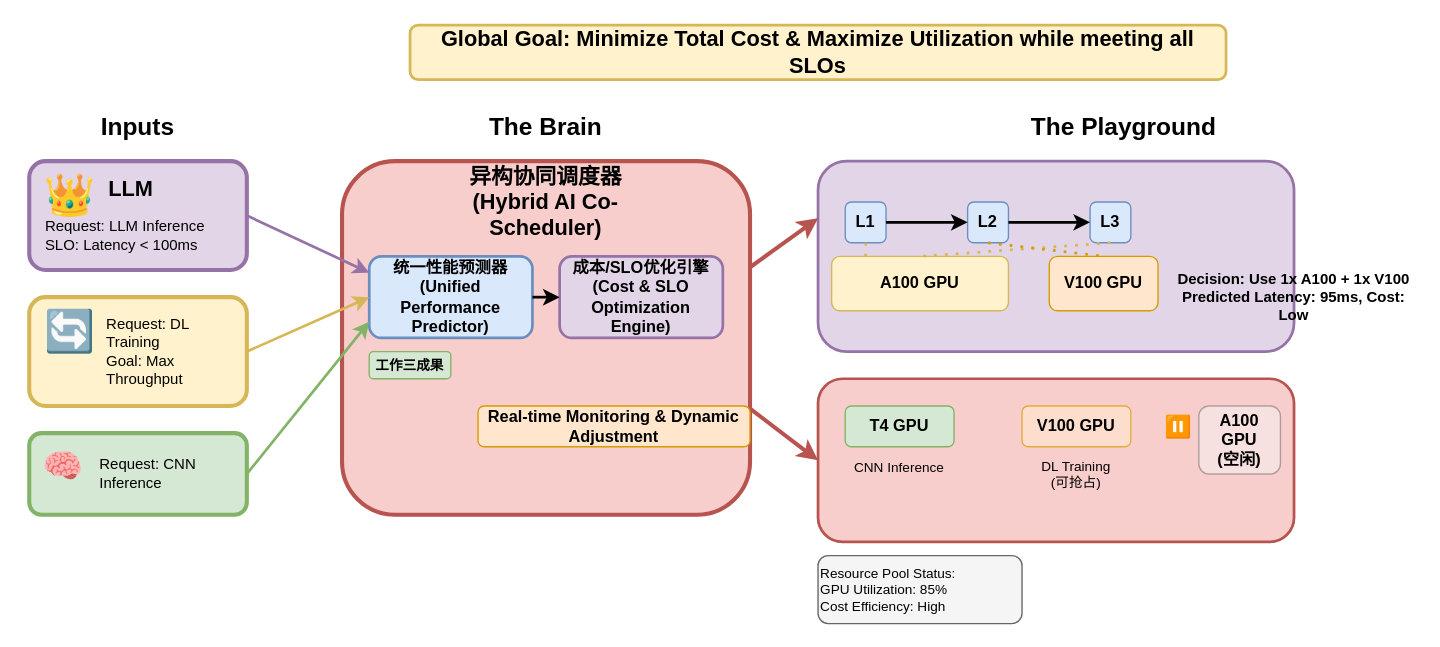
Above: drawio_figs/buaa_proposal/研究技术路线1.4.drawio in Jinghao-coding/paperstudy (draw.io), before the change. Source tidied: cells renumbered, new cells numbered last; positions are measured from the earlier drawing's top-left corner, leaving out a move shared by most shapes. Both pictures are drawn from the tidied source at 136%, with x=0, y=0 at pixel (29, 24).
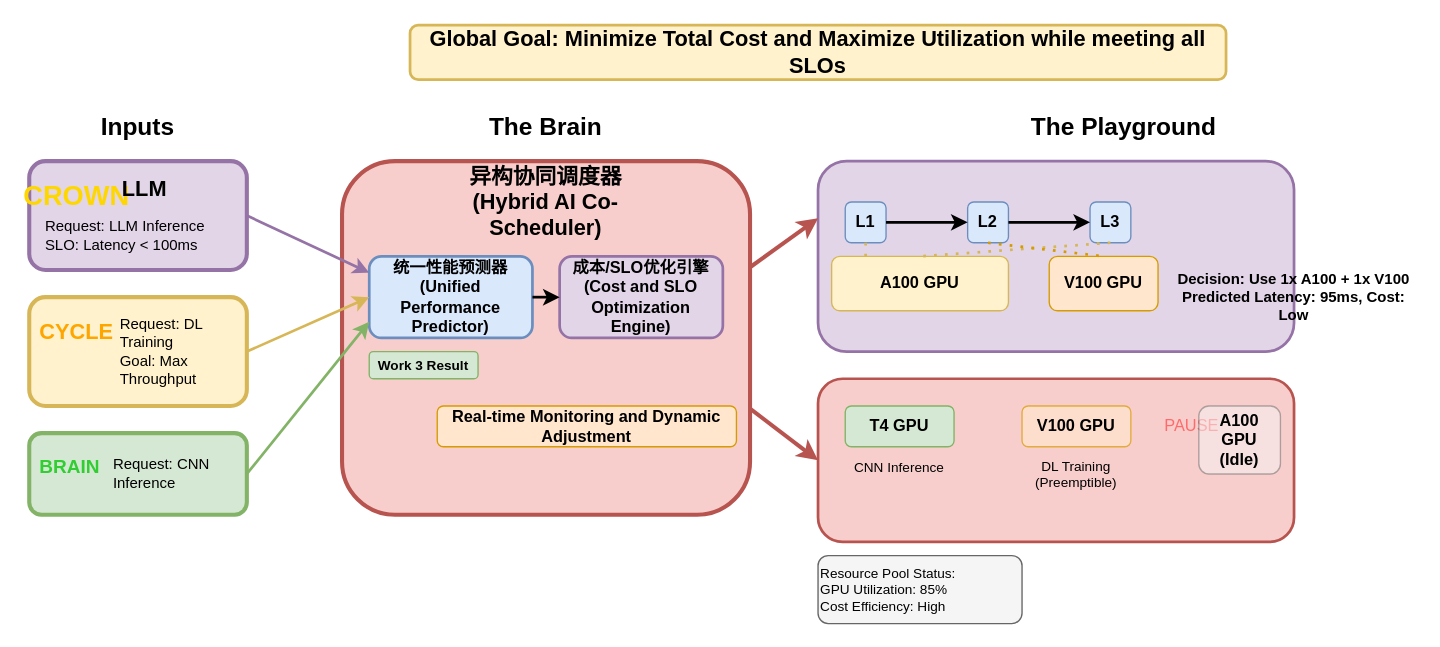
After the change.

Commit message:
docs(buaa_proposal): 更新 DrawIO 图表中的文本和图标

- 修改了多个节点的文本内容，使其更加准确和专业
- 替换了部分图标为更具代表性的文本标识
- 调整了部分节点的位置和大小
- 统一了文本样式，提高了可读性

The edit, as a diff of the source:
```diff
@@
-    <mxCell id="2" value="Global Goal: Minimize Total Cost &amp; Maximize Utilization while meeting all SLOs" style="text;html=1;strokeColor=#d6b656;fillColor=#fff2cc;align=center;verticalAlign=middle;whiteSpace=wrap;rounded=1;fontSize=16;fontStyle=1;strokeWidth=2;" parent="1" vertex="1">
+    <mxCell id="2" value="Global Goal: Minimize Total Cost and Maximize Utilization while meeting all SLOs" style="text;html=1;strokeColor=#d6b656;fillColor=#fff2cc;align=center;verticalAlign=middle;whiteSpace=wrap;rounded=1;fontSize=16;fontStyle=1;strokeWidth=2;" parent="1" vertex="1">
       <mxGeometry x="280" width="600" height="40" as="geometry" />
     </mxCell>
@@
-    <mxCell id="5" value="👑" style="text;html=1;strokeColor=none;fillColor=none;align=center;verticalAlign=middle;whiteSpace=wrap;rounded=0;fontSize=30;" parent="1" vertex="1">
-      <mxGeometry x="10" y="110" width="40" height="30" as="geometry" />
+    <mxCell id="5" value="CROWN" style="text;html=1;strokeColor=none;fillColor=none;align=center;verticalAlign=middle;whiteSpace=wrap;rounded=0;fontSize=20;fontStyle=1;fontColor=#FFD700;" parent="1" vertex="1">
+      <mxGeometry x="10" y="110" width="50" height="30" as="geometry" />
     </mxCell>
     <mxCell id="6" value="LLM" style="text;html=1;strokeColor=none;fillColor=none;align=center;verticalAlign=middle;whiteSpace=wrap;rounded=0;fontSize=16;fontStyle=1;" parent="1" vertex="1">
-      <mxGeometry x="55" y="110" width="40" height="20" as="geometry" />
+      <mxGeometry x="65" y="110" width="40" height="20" as="geometry" />
     </mxCell>
@@
-    <mxCell id="9" value="🔄" style="text;html=1;strokeColor=none;fillColor=none;align=center;verticalAlign=middle;whiteSpace=wrap;rounded=0;fontSize=30;" parent="1" vertex="1">
-      <mxGeometry x="10" y="210" width="40" height="30" as="geometry" />
+    <mxCell id="9" value="CYCLE" style="text;html=1;strokeColor=none;fillColor=none;align=center;verticalAlign=middle;whiteSpace=wrap;rounded=0;fontSize=16;fontStyle=1;fontColor=#FFA500;" parent="1" vertex="1">
+      <mxGeometry x="10" y="210" width="50" height="30" as="geometry" />
     </mxCell>
     <mxCell id="10" value="Request: DL Training&#10;Goal: Max Throughput" style="text;html=1;strokeColor=none;fillColor=none;align=left;verticalAlign=middle;whiteSpace=wrap;rounded=0;fontSize=11;" parent="1" vertex="1">
-      <mxGeometry x="55" y="225" width="100" height="30" as="geometry" />
+      <mxGeometry x="65" y="225" width="90" height="30" as="geometry" />
     </mxCell>
@@
-    <mxCell id="12" value="🧠" style="text;html=1;strokeColor=none;fillColor=none;align=center;verticalAlign=middle;whiteSpace=wrap;rounded=0;fontSize=24;" parent="1" vertex="1">
-      <mxGeometry x="10" y="310" width="30" height="30" as="geometry" />
+    <mxCell id="12" value="BRAIN" style="text;html=1;strokeColor=none;fillColor=none;align=center;verticalAlign=middle;whiteSpace=wrap;rounded=0;fontSize=14;fontStyle=1;fontColor=#32CD32;" parent="1" vertex="1">
+      <mxGeometry x="10" y="310" width="40" height="30" as="geometry" />
     </mxCell>
     <mxCell id="13" value="Request: CNN Inference" style="text;html=1;strokeColor=none;fillColor=none;align=left;verticalAlign=middle;whiteSpace=wrap;rounded=0;fontSize=11;" parent="1" vertex="1">
-      <mxGeometry x="50" y="320" width="100" height="20" as="geometry" />
+      <mxGeometry x="60" y="320" width="90" height="20" as="geometry" />
     </mxCell>
@@
-    <mxCell id="18" value="成本/SLO优化引擎&#10;(Cost &amp; SLO Optimization Engine)" style="rounded=1;whiteSpace=wrap;html=1;fillColor=#e1d5e7;strokeColor=#9673a6;strokeWidth=2;fontSize=12;fontStyle=1;" parent="1" vertex="1">
+    <mxCell id="18" value="成本/SLO优化引擎&#10;(Cost and SLO Optimization Engine)" style="rounded=1;whiteSpace=wrap;html=1;fillColor=#e1d5e7;strokeColor=#9673a6;strokeWidth=2;fontSize=12;fontStyle=1;" parent="1" vertex="1">
       <mxGeometry x="390" y="170" width="120" height="60" as="geometry" />
     </mxCell>
@@
-    <mxCell id="40" value="DL Training&#10;(可抢占)" style="text;html=1;strokeColor=none;fillColor=none;align=center;verticalAlign=middle;whiteSpace=wrap;rounded=0;fontSize=10;opacity=70;" parent="1" vertex="1">
+    <mxCell id="40" value="DL Training&#10;(Preemptible)" style="text;html=1;strokeColor=none;fillColor=none;align=center;verticalAlign=middle;whiteSpace=wrap;rounded=0;fontSize=10;opacity=70;" parent="1" vertex="1">
       <mxGeometry x="730" y="315" width="80" height="30" as="geometry" />
     </mxCell>
-    <mxCell id="41" value="⏸️" style="text;html=1;strokeColor=none;fillColor=none;align=center;verticalAlign=middle;whiteSpace=wrap;rounded=0;fontSize=16;" parent="1" vertex="1">
-      <mxGeometry x="835" y="285" width="20" height="20" as="geometry" />
+    <mxCell id="41" value="PAUSE" style="text;html=1;strokeColor=none;fillColor=none;align=center;verticalAlign=middle;whiteSpace=wrap;rounded=0;fontSize=12;fontColor=#FF6B6B;" parent="1" vertex="1">
+      <mxGeometry x="835" y="285" width="40" height="20" as="geometry" />
     </mxCell>
-    <mxCell id="42" value="A100 GPU&#10;(空闲)" style="rounded=1;whiteSpace=wrap;html=1;fillColor=#f5f5f5;strokeColor=#666666;fontSize=12;fontStyle=1;opacity=50;" parent="1" vertex="1">
+    <mxCell id="42" value="A100 GPU&#10;(Idle)" style="rounded=1;whiteSpace=wrap;html=1;fillColor=#f5f5f5;strokeColor=#666666;fontSize=12;fontStyle=1;opacity=50;" parent="1" vertex="1">
       <mxGeometry x="860" y="280" width="60" height="50" as="geometry" />
     </mxCell>
@@
-    <mxCell id="45" value="工作三成果" style="text;html=1;strokeColor=#82b366;fillColor=#d5e8d4;align=center;verticalAlign=middle;whiteSpace=wrap;rounded=1;fontSize=10;fontStyle=1;" parent="1" vertex="1">
-      <mxGeometry x="250" y="240" width="60" height="20" as="geometry" />
+    <mxCell id="45" value="Work 3 Result" style="text;html=1;strokeColor=#82b366;fillColor=#d5e8d4;align=center;verticalAlign=middle;whiteSpace=wrap;rounded=1;fontSize=10;fontStyle=1;" parent="1" vertex="1">
+      <mxGeometry x="250" y="240" width="80" height="20" as="geometry" />
     </mxCell>
@@
-    <mxCell id="47" value="Real-time Monitoring &amp; Dynamic Adjustment" style="text;html=1;strokeColor=#d79b00;fillColor=#ffe6cc;align=center;verticalAlign=middle;whiteSpace=wrap;rounded=1;fontSize=12;fontStyle=1;" parent="1" vertex="1">
-      <mxGeometry x="330" y="280" width="200" height="30" as="geometry" />
+    <mxCell id="47" value="Real-time Monitoring and Dynamic Adjustment" style="text;html=1;strokeColor=#d79b00;fillColor=#ffe6cc;align=center;verticalAlign=middle;whiteSpace=wrap;rounded=1;fontSize=12;fontStyle=1;" parent="1" vertex="1">
+      <mxGeometry x="300" y="280" width="220" height="30" as="geometry" />
     </mxCell>
```
